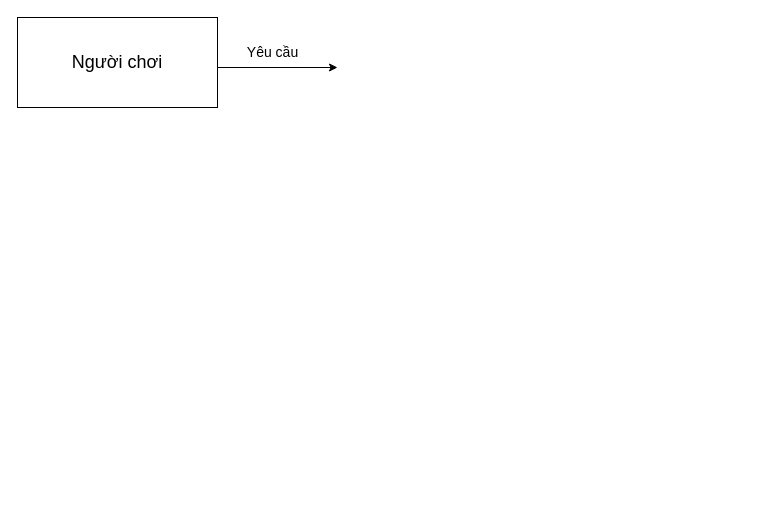
Before: DFDinteraDFDinteracting.drawio in pminhtu24/Game-fropig2.0, a draw.io diagram. Source tidied: cells renumbered, new cells numbered last; positions are measured from the earlier drawing's top-left corner, leaving out a move shared by most shapes. Both pictures are drawn from the tidied source at 100%, with x=0, y=0 at pixel (17, 17).
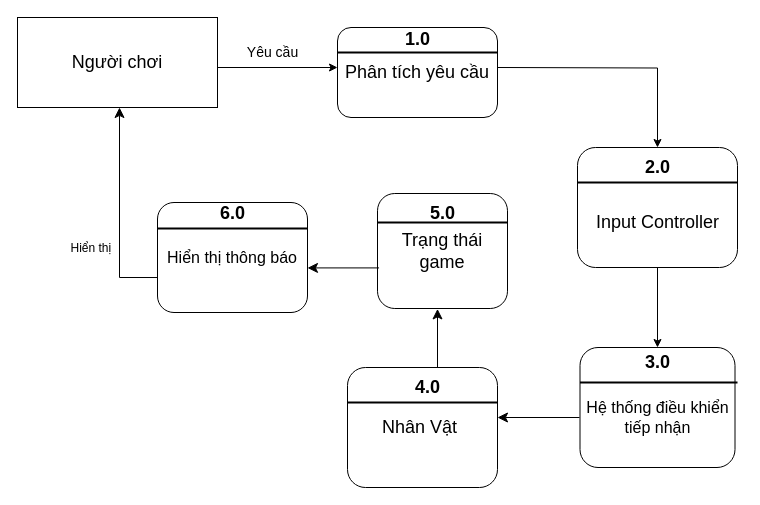
The same diagram, later.

Diff of the diagram source:
```diff
@@
+    <mxCell id="5" value="&lt;font style=&quot;font-size: 18px;&quot;&gt;Phân tích yêu cầu&lt;/font&gt;" style="rounded=1;whiteSpace=wrap;html=1;" parent="1" vertex="1">
+      <mxGeometry x="320" y="10" width="160" height="90" as="geometry" />
+    </mxCell>
+    <mxCell id="6" style="line;strokeWidth=2;html=1;" parent="1" vertex="1">
+      <mxGeometry x="320" y="30" width="160" height="10" as="geometry" />
+    </mxCell>
+    <mxCell id="7" value="&lt;b&gt;&lt;font style=&quot;font-size: 18px;&quot;&gt;1.0&lt;/font&gt;&lt;/b&gt;" style="text;html=1;align=center;verticalAlign=middle;strokeColor=none;fillColor=none;" parent="1" vertex="1">
+      <mxGeometry x="375" y="2" width="50" height="40" as="geometry" />
+    </mxCell>
+    <mxCell id="8" style="endArrow=classic;html=1;rounded=0;edgeStyle=orthogonalEdgeStyle;entryX=0.5;entryY=0;entryDx=0;entryDy=0;" parent="1" edge="1" target="9">
+      <mxGeometry relative="1" as="geometry">
+        <mxPoint x="480" y="50" as="sourcePoint" />
+      </mxGeometry>
+    </mxCell>
+    <mxCell id="9" style="rounded=1;whiteSpace=wrap;html=1;" parent="1" vertex="1">
+      <mxGeometry x="560" y="130" width="160" height="120" as="geometry" />
+    </mxCell>
+    <mxCell id="10" style="line;strokeWidth=2;html=1;" parent="1" vertex="1">
+      <mxGeometry x="560" y="160" width="160" height="10" as="geometry" />
+    </mxCell>
+    <mxCell id="11" value="&lt;font style=&quot;font-size: 18px;&quot;&gt;&lt;b&gt;2.0&lt;/b&gt;&lt;/font&gt;" style="text;html=1;align=center;verticalAlign=middle;strokeColor=none;fillColor=none;" parent="1" vertex="1">
+      <mxGeometry x="615" y="130" width="50" height="40" as="geometry" />
+    </mxCell>
+    <mxCell id="12" value="&lt;font style=&quot;font-size: 18px;&quot;&gt;Input Controller&lt;/font&gt;" style="text;html=1;align=center;verticalAlign=middle;strokeColor=none;fillColor=none;" parent="1" vertex="1">
+      <mxGeometry x="565" y="185" width="150" height="40" as="geometry" />
+    </mxCell>
+    <mxCell id="13" style="endArrow=classic;html=1;rounded=0;edgeStyle=orthogonalEdgeStyle;exitX=0.5;exitY=1;exitDx=0;exitDy=0;" parent="1" edge="1" source="9" target="14">
+      <mxGeometry relative="1" as="geometry" />
+    </mxCell>
+    <mxCell id="14" style="rounded=1;whiteSpace=wrap;html=1;" parent="1" vertex="1">
+      <mxGeometry x="562.5" y="330" width="155" height="120" as="geometry" />
+    </mxCell>
+    <mxCell id="15" style="line;strokeWidth=2;html=1;" parent="1" vertex="1">
+      <mxGeometry x="562.5" y="360" width="157.5" height="10" as="geometry" />
+    </mxCell>
+    <mxCell id="16" value="&lt;b&gt;&lt;font style=&quot;font-size: 18px;&quot;&gt;3.0&lt;/font&gt;&lt;/b&gt;" style="text;html=1;align=center;verticalAlign=middle;strokeColor=none;fillColor=none;" parent="1" vertex="1">
+      <mxGeometry x="615" y="325" width="50" height="40" as="geometry" />
+    </mxCell>
+    <mxCell id="17" value="&lt;font style=&quot;font-size: 16px;&quot;&gt;Hệ thống điều khiển&lt;br&gt;tiếp nhận&lt;br&gt;&lt;/font&gt;" style="text;html=1;align=center;verticalAlign=middle;strokeColor=none;fillColor=none;" parent="1" vertex="1">
+      <mxGeometry x="555" y="375" width="170" height="50" as="geometry" />
+    </mxCell>
+    <mxCell id="18" style="edgeStyle=segmentEdgeStyle;endArrow=classic;html=1;curved=0;rounded=0;endSize=8;startSize=8;" parent="1" edge="1" target="19">
+      <mxGeometry relative="1" as="geometry">
+        <mxPoint x="562" y="400" as="sourcePoint" />
+      </mxGeometry>
+    </mxCell>
+    <mxCell id="19" value="&lt;font style=&quot;font-size: 18px;&quot;&gt;Nhân Vật&amp;nbsp;&lt;/font&gt;" style="rounded=1;whiteSpace=wrap;html=1;" parent="1" vertex="1">
+      <mxGeometry x="330" y="350" width="150" height="120" as="geometry" />
+    </mxCell>
+    <mxCell id="20" style="line;strokeWidth=2;html=1;" parent="1" vertex="1">
+      <mxGeometry x="330" y="380" width="150" height="10" as="geometry" />
+    </mxCell>
+    <mxCell id="21" value="&lt;font style=&quot;font-size: 18px;&quot;&gt;&lt;b&gt;4.0&lt;/b&gt;&lt;/font&gt;" style="text;html=1;align=center;verticalAlign=middle;strokeColor=none;fillColor=none;" parent="1" vertex="1">
+      <mxGeometry x="385" y="350" width="50" height="40" as="geometry" />
+    </mxCell>
+    <mxCell id="22" style="edgeStyle=segmentEdgeStyle;endArrow=classic;html=1;curved=0;rounded=0;endSize=8;startSize=8;" parent="1" edge="1">
+      <mxGeometry relative="1" as="geometry">
+        <mxPoint x="420" y="350" as="sourcePoint" />
+        <mxPoint x="420" y="291.4" as="targetPoint" />
+      </mxGeometry>
+    </mxCell>
+    <mxCell id="23" value="&lt;font style=&quot;font-size: 16px;&quot;&gt;Hiển thị thông báo&lt;/font&gt;" style="rounded=1;whiteSpace=wrap;html=1;" parent="1" vertex="1">
+      <mxGeometry x="140" y="185" width="150" height="110" as="geometry" />
+    </mxCell>
+    <mxCell id="24" style="line;strokeWidth=2;html=1;" parent="1" vertex="1">
+      <mxGeometry x="140" y="206" width="150" height="10" as="geometry" />
+    </mxCell>
+    <mxCell id="25" value="&lt;b&gt;&lt;font style=&quot;font-size: 18px;&quot;&gt;6.0&lt;/font&gt;&lt;/b&gt;" style="text;html=1;align=center;verticalAlign=middle;strokeColor=none;fillColor=none;" parent="1" vertex="1">
+      <mxGeometry x="190" y="176" width="50" height="40" as="geometry" />
+    </mxCell>
+    <mxCell id="26" style="edgeStyle=segmentEdgeStyle;endArrow=classic;html=1;curved=0;rounded=0;endSize=8;startSize=8;exitX=0;exitY=0.682;exitDx=0;exitDy=0;exitPerimeter=0;" parent="1" edge="1" source="23">
+      <mxGeometry relative="1" as="geometry">
+        <mxPoint x="102" y="90" as="targetPoint" />
+      </mxGeometry>
+    </mxCell>
+    <mxCell id="27" value="Hiển thị&amp;nbsp;" style="text;html=1;align=center;verticalAlign=middle;strokeColor=none;fillColor=none;" parent="1" vertex="1">
+      <mxGeometry x="40" y="216" width="70" height="30" as="geometry" />
+    </mxCell>
+    <mxCell id="28" value="&lt;span style=&quot;font-size: 18px;&quot;&gt;Trạng thái&lt;br&gt;game&lt;br&gt;&lt;/span&gt;" style="rounded=1;whiteSpace=wrap;html=1;" parent="1" vertex="1">
+      <mxGeometry x="360" y="176" width="130" height="115" as="geometry" />
+    </mxCell>
+    <mxCell id="29" style="line;strokeWidth=2;html=1;" parent="1" vertex="1">
+      <mxGeometry x="360" y="200" width="130" height="10" as="geometry" />
+    </mxCell>
+    <mxCell id="30" value="&lt;b&gt;&lt;font style=&quot;font-size: 18px;&quot;&gt;5.0&lt;/font&gt;&lt;/b&gt;" style="text;html=1;align=center;verticalAlign=middle;strokeColor=none;fillColor=none;" parent="1" vertex="1">
+      <mxGeometry x="400" y="176" width="50" height="40" as="geometry" />
+    </mxCell>
+    <mxCell id="31" style="edgeStyle=segmentEdgeStyle;endArrow=classic;html=1;curved=0;rounded=0;endSize=8;startSize=8;exitX=0.012;exitY=0.647;exitDx=0;exitDy=0;exitPerimeter=0;" parent="1" edge="1" source="28" target="23">
+      <mxGeometry relative="1" as="geometry" />
+    </mxCell>
```
